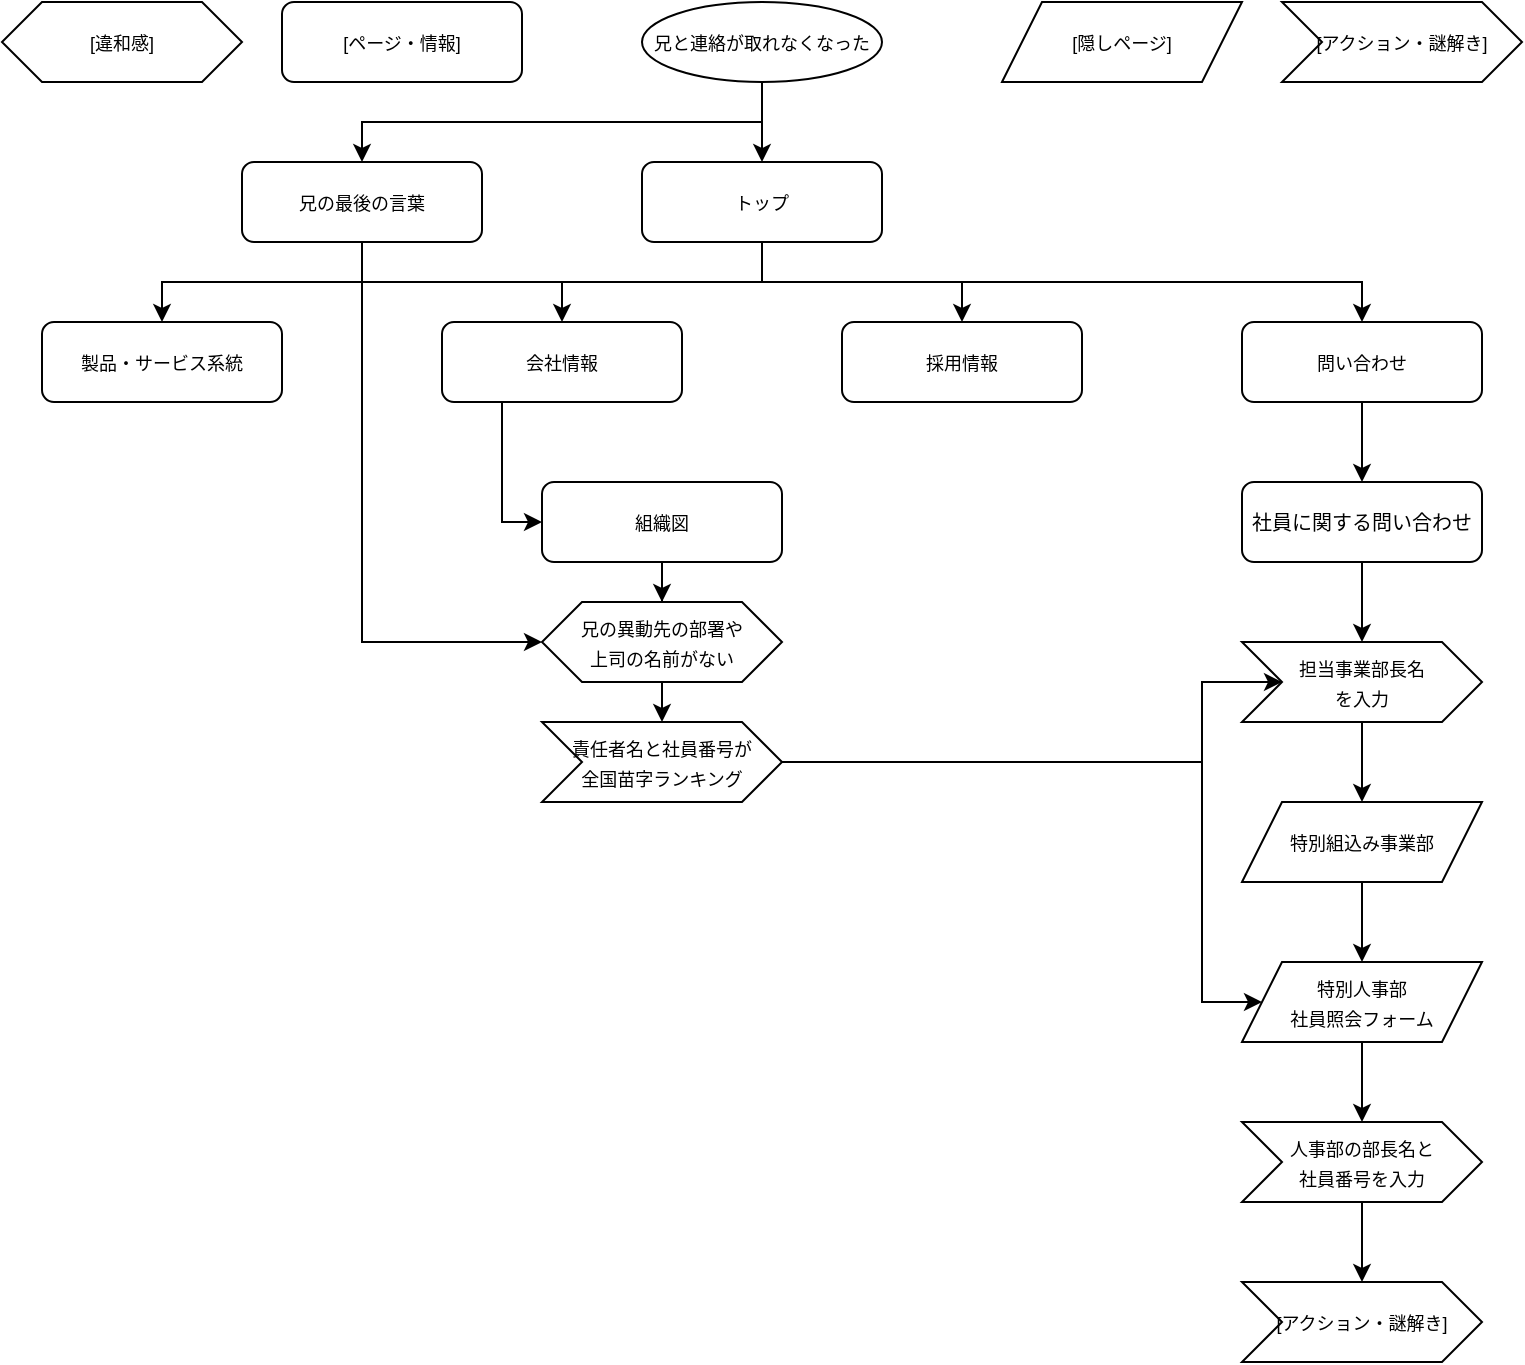
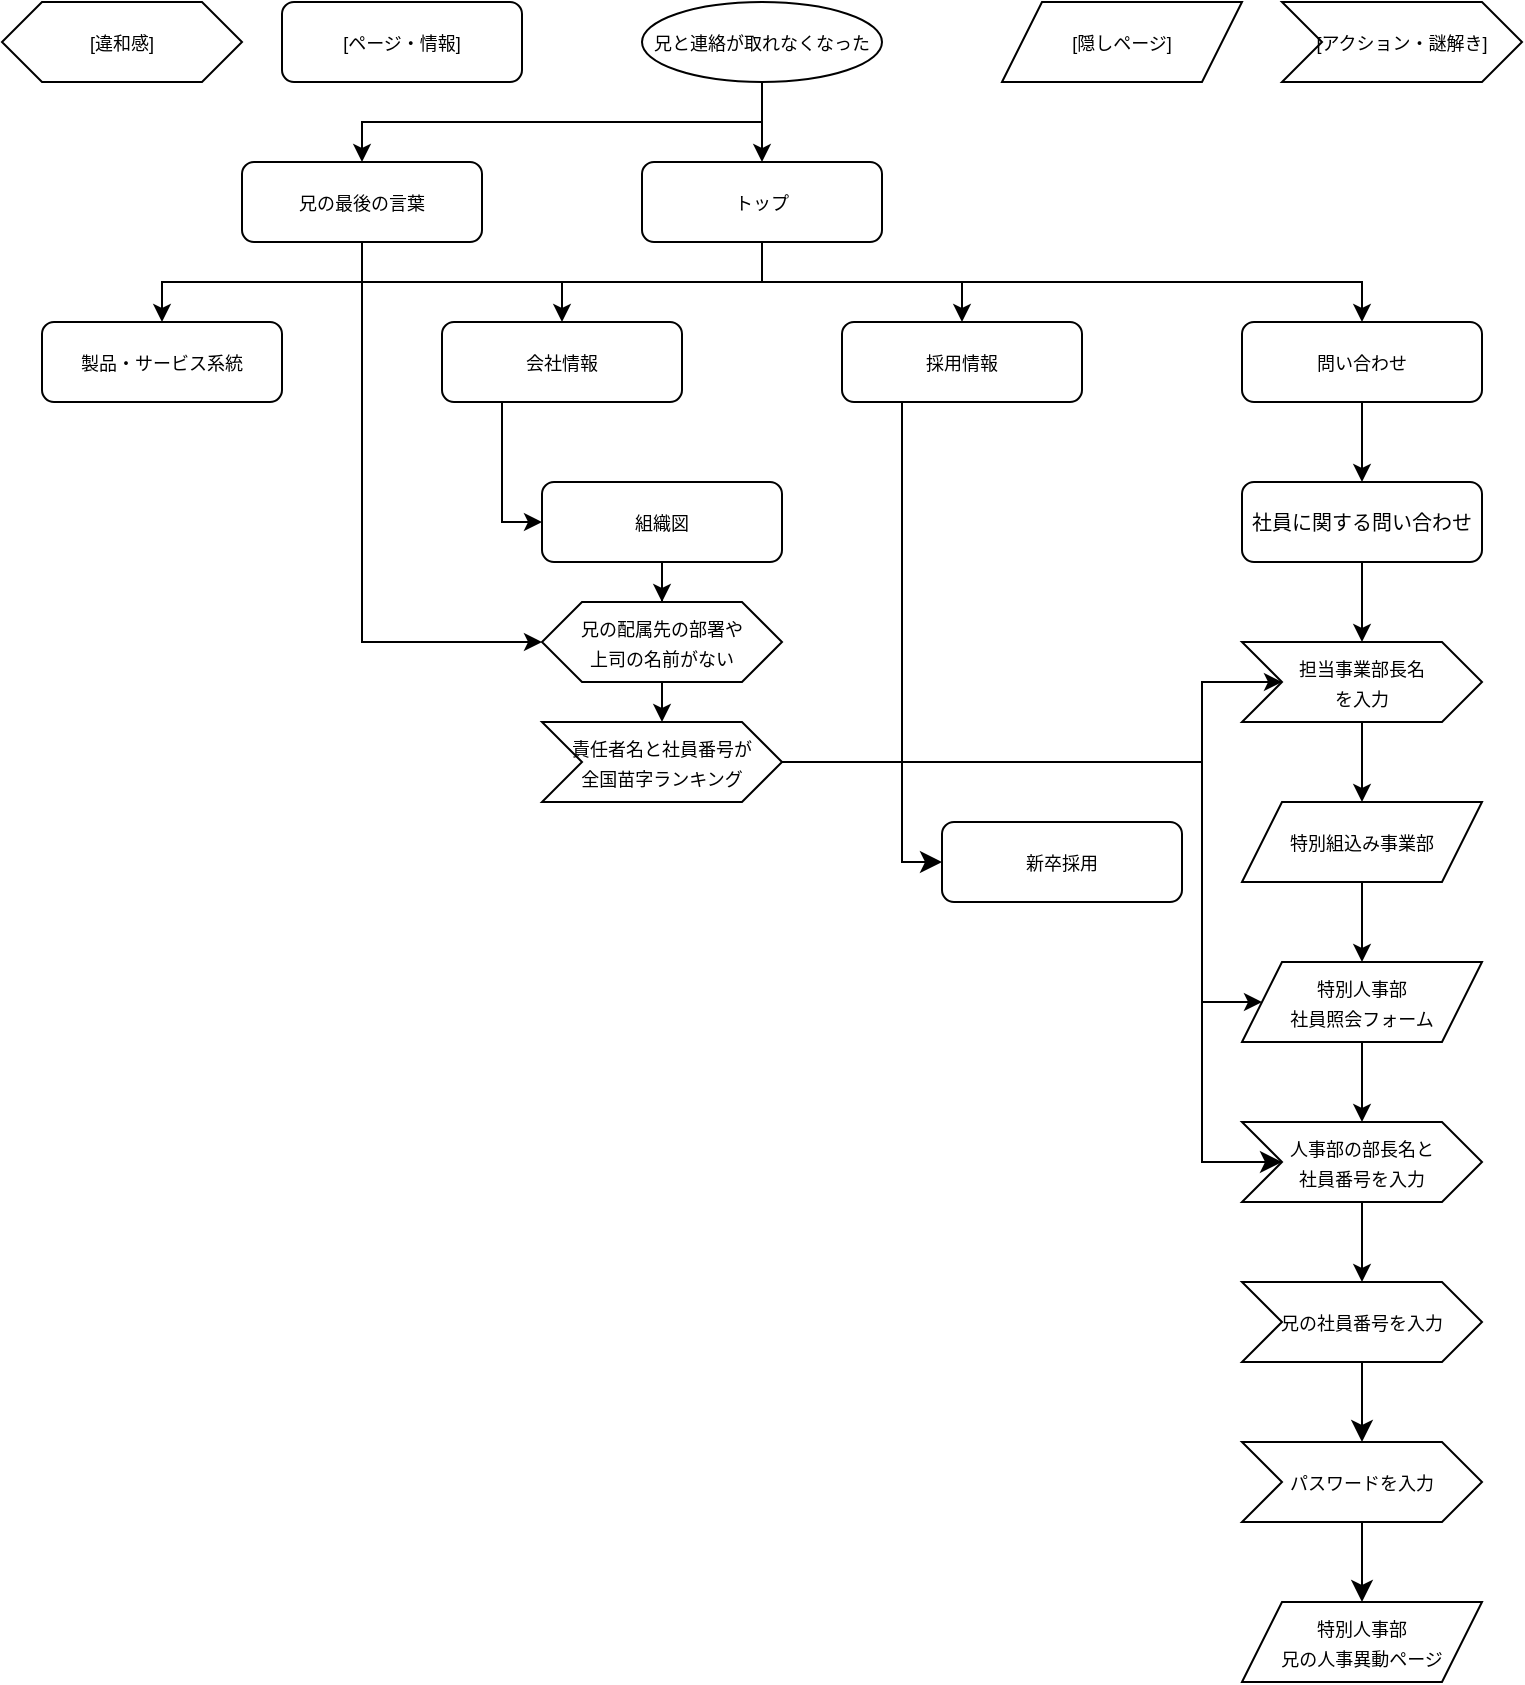
<mxfile host="app.diagrams.net">
  <diagram name="ページ-1" id="SspNnKsi7fuRaBvJYO7E">
-     <mxGraphModel dx="1030" dy="658" grid="1" gridSize="10" guides="1" tooltips="1" connect="1" arrows="1" fold="1" page="1" pageScale="1" pageWidth="800" pageHeight="1169" math="0" shadow="0">
+     <mxGraphModel dx="824" dy="568" grid="1" gridSize="10" guides="1" tooltips="1" connect="1" arrows="1" fold="1" page="1" pageScale="1" pageWidth="800" pageHeight="1169" math="0" shadow="0">
      <root>
        <mxCell id="0" />
        <mxCell id="1" parent="0" />
        <mxCell id="Oz_Tc0_ftmsHe5I9UQDS-19" edge="1" parent="1" source="Oz_Tc0_ftmsHe5I9UQDS-2" style="edgeStyle=orthogonalEdgeStyle;rounded=0;orthogonalLoop=1;jettySize=auto;html=1;exitX=0.5;exitY=1;exitDx=0;exitDy=0;" target="Oz_Tc0_ftmsHe5I9UQDS-18">
          <mxGeometry relative="1" as="geometry" />
        </mxCell>
        <mxCell id="Oz_Tc0_ftmsHe5I9UQDS-51" edge="1" parent="1" source="Oz_Tc0_ftmsHe5I9UQDS-2" style="edgeStyle=orthogonalEdgeStyle;rounded=0;orthogonalLoop=1;jettySize=auto;html=1;exitX=0.5;exitY=1;exitDx=0;exitDy=0;entryX=0.5;entryY=0;entryDx=0;entryDy=0;" target="Oz_Tc0_ftmsHe5I9UQDS-55">
          <mxGeometry relative="1" as="geometry">
            <mxPoint x="260" y="120" as="targetPoint" />
          </mxGeometry>
        </mxCell>
        <mxCell id="Oz_Tc0_ftmsHe5I9UQDS-2" parent="1" style="ellipse;whiteSpace=wrap;html=1;" value="&lt;font style=&quot;font-size: 9px;&quot;&gt;兄と連絡が取れなくなった&lt;/font&gt;" vertex="1">
          <mxGeometry height="40" width="120" x="340" y="40" as="geometry" />
        </mxCell>
        <mxCell id="Oz_Tc0_ftmsHe5I9UQDS-24" edge="1" parent="1" source="Oz_Tc0_ftmsHe5I9UQDS-18" style="edgeStyle=orthogonalEdgeStyle;rounded=0;orthogonalLoop=1;jettySize=auto;html=1;exitX=0.5;exitY=1;exitDx=0;exitDy=0;entryX=0.5;entryY=0;entryDx=0;entryDy=0;" target="Oz_Tc0_ftmsHe5I9UQDS-23">
          <mxGeometry relative="1" as="geometry" />
        </mxCell>
        <mxCell id="Oz_Tc0_ftmsHe5I9UQDS-44" edge="1" parent="1" source="Oz_Tc0_ftmsHe5I9UQDS-18" style="edgeStyle=orthogonalEdgeStyle;rounded=0;orthogonalLoop=1;jettySize=auto;html=1;exitX=0.5;exitY=1;exitDx=0;exitDy=0;entryX=0.5;entryY=0;entryDx=0;entryDy=0;" target="Oz_Tc0_ftmsHe5I9UQDS-41">
          <mxGeometry relative="1" as="geometry" />
        </mxCell>
        <mxCell id="Oz_Tc0_ftmsHe5I9UQDS-45" edge="1" parent="1" source="Oz_Tc0_ftmsHe5I9UQDS-18" style="edgeStyle=orthogonalEdgeStyle;rounded=0;orthogonalLoop=1;jettySize=auto;html=1;exitX=0.5;exitY=1;exitDx=0;exitDy=0;entryX=0.5;entryY=0;entryDx=0;entryDy=0;" target="Oz_Tc0_ftmsHe5I9UQDS-42">
          <mxGeometry relative="1" as="geometry" />
        </mxCell>
        <mxCell id="Oz_Tc0_ftmsHe5I9UQDS-46" edge="1" parent="1" source="Oz_Tc0_ftmsHe5I9UQDS-18" style="edgeStyle=orthogonalEdgeStyle;rounded=0;orthogonalLoop=1;jettySize=auto;html=1;exitX=0.5;exitY=1;exitDx=0;exitDy=0;" target="Oz_Tc0_ftmsHe5I9UQDS-43">
          <mxGeometry relative="1" as="geometry" />
        </mxCell>
        <mxCell id="Oz_Tc0_ftmsHe5I9UQDS-18" parent="1" style="rounded=1;whiteSpace=wrap;html=1;" value="&lt;font style=&quot;font-size: 9px;&quot;&gt;トップ&lt;/font&gt;" vertex="1">
          <mxGeometry height="40" width="120" x="340" y="120" as="geometry" />
        </mxCell>
        <mxCell id="Oz_Tc0_ftmsHe5I9UQDS-37" edge="1" parent="1" source="Oz_Tc0_ftmsHe5I9UQDS-69" style="edgeStyle=orthogonalEdgeStyle;rounded=0;orthogonalLoop=1;jettySize=auto;html=1;exitX=0.5;exitY=1;exitDx=0;exitDy=0;entryX=0.5;entryY=0;entryDx=0;entryDy=0;" target="Oz_Tc0_ftmsHe5I9UQDS-35">
          <mxGeometry relative="1" as="geometry" />
        </mxCell>
        <mxCell id="Oz_Tc0_ftmsHe5I9UQDS-25" edge="1" parent="1" source="Oz_Tc0_ftmsHe5I9UQDS-23" style="edgeStyle=orthogonalEdgeStyle;rounded=0;orthogonalLoop=1;jettySize=auto;html=1;exitX=0.5;exitY=1;exitDx=0;exitDy=0;entryX=0.5;entryY=0;entryDx=0;entryDy=0;" target="Oz_Tc0_ftmsHe5I9UQDS-69">
          <mxGeometry relative="1" as="geometry" />
        </mxCell>
        <mxCell id="Oz_Tc0_ftmsHe5I9UQDS-23" parent="1" style="rounded=1;whiteSpace=wrap;html=1;" value="&lt;font style=&quot;font-size: 9px;&quot;&gt;問い合わせ&lt;/font&gt;" vertex="1">
          <mxGeometry height="40" width="120" x="640" y="200" as="geometry" />
        </mxCell>
        <mxCell id="Oz_Tc0_ftmsHe5I9UQDS-27" parent="1" style="rounded=1;whiteSpace=wrap;html=1;" value="&lt;font style=&quot;font-size: 9px;&quot;&gt;[ページ・情報]&lt;/font&gt;" vertex="1">
          <mxGeometry height="40" width="120" x="160" y="40" as="geometry" />
        </mxCell>
        <mxCell id="Oz_Tc0_ftmsHe5I9UQDS-29" parent="1" style="shape=hexagon;perimeter=hexagonPerimeter2;whiteSpace=wrap;html=1;fixedSize=1;" value="&lt;font style=&quot;font-size: 9px;&quot;&gt;[違和感]&lt;/font&gt;" vertex="1">
          <mxGeometry height="40" width="120" x="20" y="40" as="geometry" />
        </mxCell>
        <mxCell id="Oz_Tc0_ftmsHe5I9UQDS-31" parent="1" style="shape=parallelogram;perimeter=parallelogramPerimeter;whiteSpace=wrap;html=1;fixedSize=1;" value="&lt;font style=&quot;font-size: 9px;&quot;&gt;[隠しページ]&lt;/font&gt;" vertex="1">
          <mxGeometry height="40" width="120" x="520" y="40" as="geometry" />
        </mxCell>
        <mxCell id="Oz_Tc0_ftmsHe5I9UQDS-34" parent="1" style="shape=step;perimeter=stepPerimeter;whiteSpace=wrap;html=1;fixedSize=1;" value="&lt;font style=&quot;font-size: 9px;&quot;&gt;[アクション・謎解き]&lt;/font&gt;" vertex="1">
          <mxGeometry height="40" width="120" x="660" y="40" as="geometry" />
        </mxCell>
        <mxCell id="Oz_Tc0_ftmsHe5I9UQDS-39" edge="1" parent="1" source="Oz_Tc0_ftmsHe5I9UQDS-35" style="edgeStyle=orthogonalEdgeStyle;rounded=0;orthogonalLoop=1;jettySize=auto;html=1;exitX=0.5;exitY=1;exitDx=0;exitDy=0;entryX=0.5;entryY=0;entryDx=0;entryDy=0;" target="Oz_Tc0_ftmsHe5I9UQDS-38">
          <mxGeometry relative="1" as="geometry" />
        </mxCell>
        <mxCell id="Oz_Tc0_ftmsHe5I9UQDS-35" parent="1" style="shape=step;perimeter=stepPerimeter;whiteSpace=wrap;html=1;fixedSize=1;" value="&lt;font style=&quot;font-size: 9px;&quot;&gt;担当事業部長名&lt;/font&gt;&lt;div&gt;&lt;span style=&quot;font-size: 9px; background-color: transparent; color: light-dark(rgb(0, 0, 0), rgb(255, 255, 255));&quot;&gt;を入力&lt;/span&gt;&lt;/div&gt;" vertex="1">
          <mxGeometry height="40" width="120" x="640" y="360" as="geometry" />
        </mxCell>
        <mxCell id="yNmSESkKe9NjBtatHqW6-9" edge="1" parent="1" source="Oz_Tc0_ftmsHe5I9UQDS-38" style="edgeStyle=orthogonalEdgeStyle;rounded=0;orthogonalLoop=1;jettySize=auto;html=1;exitX=0.5;exitY=1;exitDx=0;exitDy=0;" target="yNmSESkKe9NjBtatHqW6-6">
          <mxGeometry relative="1" as="geometry" />
        </mxCell>
        <mxCell id="Oz_Tc0_ftmsHe5I9UQDS-38" parent="1" style="shape=parallelogram;perimeter=parallelogramPerimeter;whiteSpace=wrap;html=1;fixedSize=1;" value="&lt;font style=&quot;font-size: 9px;&quot;&gt;特別組込み事業部&lt;/font&gt;" vertex="1">
          <mxGeometry height="40" width="120" x="640" y="440" as="geometry" />
        </mxCell>
+         <mxCell id="8jVOORBlu2fCqjkz3l5s-9" edge="1" parent="1" source="Oz_Tc0_ftmsHe5I9UQDS-41" style="edgeStyle=none;curved=0;rounded=0;orthogonalLoop=1;jettySize=auto;html=1;exitX=0.25;exitY=1;exitDx=0;exitDy=0;entryX=0;entryY=0.5;entryDx=0;entryDy=0;fontSize=12;startSize=8;endSize=8;" target="8jVOORBlu2fCqjkz3l5s-8">
+           <mxGeometry relative="1" as="geometry">
+             <Array as="points">
+               <mxPoint x="470" y="470" />
+             </Array>
+           </mxGeometry>
+         </mxCell>
        <mxCell id="Oz_Tc0_ftmsHe5I9UQDS-41" parent="1" style="rounded=1;whiteSpace=wrap;html=1;" value="&lt;font style=&quot;font-size: 9px;&quot;&gt;採用情報&lt;/font&gt;" vertex="1">
          <mxGeometry height="40" width="120" x="440" y="200" as="geometry" />
        </mxCell>
        <mxCell id="Oz_Tc0_ftmsHe5I9UQDS-48" edge="1" parent="1" source="Oz_Tc0_ftmsHe5I9UQDS-42" style="edgeStyle=orthogonalEdgeStyle;rounded=0;orthogonalLoop=1;jettySize=auto;html=1;exitX=0.25;exitY=1;exitDx=0;exitDy=0;entryX=0;entryY=0.5;entryDx=0;entryDy=0;" target="Oz_Tc0_ftmsHe5I9UQDS-47">
          <mxGeometry relative="1" as="geometry" />
        </mxCell>
        <mxCell id="Oz_Tc0_ftmsHe5I9UQDS-42" parent="1" style="rounded=1;whiteSpace=wrap;html=1;" value="&lt;font style=&quot;font-size: 9px;&quot;&gt;会社情報&lt;/font&gt;" vertex="1">
          <mxGeometry height="40" width="120" x="240" y="200" as="geometry" />
        </mxCell>
        <mxCell id="Oz_Tc0_ftmsHe5I9UQDS-43" parent="1" style="rounded=1;whiteSpace=wrap;html=1;" value="&lt;font style=&quot;font-size: 9px;&quot;&gt;製品・サービス系統&lt;/font&gt;" vertex="1">
          <mxGeometry height="40" width="120" x="40" y="200" as="geometry" />
        </mxCell>
        <mxCell id="Oz_Tc0_ftmsHe5I9UQDS-62" edge="1" parent="1" source="Oz_Tc0_ftmsHe5I9UQDS-47" style="edgeStyle=orthogonalEdgeStyle;rounded=0;orthogonalLoop=1;jettySize=auto;html=1;exitX=0.5;exitY=1;exitDx=0;exitDy=0;" target="Oz_Tc0_ftmsHe5I9UQDS-49">
          <mxGeometry relative="1" as="geometry" />
        </mxCell>
        <mxCell id="Oz_Tc0_ftmsHe5I9UQDS-47" parent="1" style="rounded=1;whiteSpace=wrap;html=1;" value="&lt;font style=&quot;font-size: 9px;&quot;&gt;組織図&lt;/font&gt;" vertex="1">
          <mxGeometry height="40" width="120" x="290" y="280" as="geometry" />
        </mxCell>
        <mxCell id="Oz_Tc0_ftmsHe5I9UQDS-64" edge="1" parent="1" source="Oz_Tc0_ftmsHe5I9UQDS-49" style="edgeStyle=orthogonalEdgeStyle;rounded=0;orthogonalLoop=1;jettySize=auto;html=1;exitX=0.5;exitY=1;exitDx=0;exitDy=0;entryX=0.5;entryY=0;entryDx=0;entryDy=0;" target="Oz_Tc0_ftmsHe5I9UQDS-63">
          <mxGeometry relative="1" as="geometry" />
        </mxCell>
-         <mxCell id="Oz_Tc0_ftmsHe5I9UQDS-49" parent="1" style="shape=hexagon;perimeter=hexagonPerimeter2;whiteSpace=wrap;html=1;fixedSize=1;" value="&lt;font style=&quot;font-size: 9px;&quot;&gt;兄の異動先の&lt;/font&gt;&lt;font style=&quot;background-color: transparent; color: light-dark(rgb(0, 0, 0), rgb(255, 255, 255)); font-size: 9px;&quot;&gt;部署や&lt;/font&gt;&lt;div&gt;&lt;font style=&quot;background-color: transparent; color: light-dark(rgb(0, 0, 0), rgb(255, 255, 255)); font-size: 9px;&quot;&gt;上司の&lt;/font&gt;&lt;span style=&quot;background-color: transparent; color: light-dark(rgb(0, 0, 0), rgb(255, 255, 255)); font-size: 9px;&quot;&gt;名前がない&lt;/span&gt;&lt;/div&gt;" vertex="1">
+         <mxCell id="Oz_Tc0_ftmsHe5I9UQDS-49" parent="1" style="shape=hexagon;perimeter=hexagonPerimeter2;whiteSpace=wrap;html=1;fixedSize=1;" value="&lt;font style=&quot;font-size: 9px;&quot;&gt;兄の配属先の&lt;/font&gt;&lt;font style=&quot;background-color: transparent; color: light-dark(rgb(0, 0, 0), rgb(255, 255, 255)); font-size: 9px;&quot;&gt;部署や&lt;/font&gt;&lt;div&gt;&lt;font style=&quot;background-color: transparent; color: light-dark(rgb(0, 0, 0), rgb(255, 255, 255)); font-size: 9px;&quot;&gt;上司の&lt;/font&gt;&lt;span style=&quot;background-color: transparent; color: light-dark(rgb(0, 0, 0), rgb(255, 255, 255)); font-size: 9px;&quot;&gt;名前がない&lt;/span&gt;&lt;/div&gt;" vertex="1">
          <mxGeometry height="40" width="120" x="290" y="340" as="geometry" />
        </mxCell>
        <mxCell id="Oz_Tc0_ftmsHe5I9UQDS-57" edge="1" parent="1" source="Oz_Tc0_ftmsHe5I9UQDS-55" style="edgeStyle=orthogonalEdgeStyle;rounded=0;orthogonalLoop=1;jettySize=auto;html=1;exitX=0.5;exitY=1;exitDx=0;exitDy=0;entryX=0;entryY=0.5;entryDx=0;entryDy=0;" target="Oz_Tc0_ftmsHe5I9UQDS-49">
          <mxGeometry relative="1" as="geometry" />
        </mxCell>
        <mxCell id="Oz_Tc0_ftmsHe5I9UQDS-55" parent="1" style="rounded=1;whiteSpace=wrap;html=1;" value="&lt;font style=&quot;font-size: 9px;&quot;&gt;兄の最後の言葉&lt;/font&gt;" vertex="1">
          <mxGeometry height="40" width="120" x="140" y="120" as="geometry" />
        </mxCell>
        <mxCell id="Oz_Tc0_ftmsHe5I9UQDS-65" edge="1" parent="1" source="Oz_Tc0_ftmsHe5I9UQDS-63" style="edgeStyle=orthogonalEdgeStyle;rounded=0;orthogonalLoop=1;jettySize=auto;html=1;exitX=1;exitY=0.5;exitDx=0;exitDy=0;entryX=0;entryY=0.5;entryDx=0;entryDy=0;" target="Oz_Tc0_ftmsHe5I9UQDS-35">
          <mxGeometry relative="1" as="geometry">
            <Array as="points">
              <mxPoint x="620" y="420" />
              <mxPoint x="620" y="380" />
            </Array>
          </mxGeometry>
        </mxCell>
        <mxCell id="yNmSESkKe9NjBtatHqW6-3" edge="1" parent="1" source="Oz_Tc0_ftmsHe5I9UQDS-63" style="edgeStyle=orthogonalEdgeStyle;rounded=0;orthogonalLoop=1;jettySize=auto;html=1;exitX=1;exitY=0.5;exitDx=0;exitDy=0;entryX=0;entryY=0.5;entryDx=0;entryDy=0;" target="yNmSESkKe9NjBtatHqW6-6">
          <mxGeometry relative="1" as="geometry">
            <Array as="points">
              <mxPoint x="620" y="420" />
              <mxPoint x="620" y="540" />
            </Array>
            <mxPoint x="660" y="540" as="targetPoint" />
          </mxGeometry>
        </mxCell>
+         <mxCell id="8jVOORBlu2fCqjkz3l5s-7" edge="1" parent="1" source="Oz_Tc0_ftmsHe5I9UQDS-63" style="edgeStyle=none;curved=0;rounded=0;orthogonalLoop=1;jettySize=auto;html=1;exitX=1;exitY=0.5;exitDx=0;exitDy=0;entryX=0;entryY=0.5;entryDx=0;entryDy=0;fontSize=12;startSize=8;endSize=8;strokeColor=default;" target="yNmSESkKe9NjBtatHqW6-10">
+           <mxGeometry relative="1" as="geometry">
+             <Array as="points">
+               <mxPoint x="620" y="420" />
+               <mxPoint x="620" y="620" />
+             </Array>
+           </mxGeometry>
+         </mxCell>
        <mxCell id="Oz_Tc0_ftmsHe5I9UQDS-63" parent="1" style="shape=step;perimeter=stepPerimeter;whiteSpace=wrap;html=1;fixedSize=1;" value="&lt;font style=&quot;font-size: 9px;&quot;&gt;責任者名と社員番号が&lt;/font&gt;&lt;div&gt;&lt;div&gt;&lt;font style=&quot;font-size: 9px;&quot;&gt;全国苗字ランキング&lt;/font&gt;&lt;/div&gt;&lt;/div&gt;" vertex="1">
          <mxGeometry height="40" width="120" x="290" y="400" as="geometry" />
        </mxCell>
        <mxCell id="Oz_Tc0_ftmsHe5I9UQDS-69" parent="1" style="rounded=1;whiteSpace=wrap;html=1;" value="&lt;font size=&quot;1&quot;&gt;社員に関する問い合わせ&lt;/font&gt;" vertex="1">
          <mxGeometry height="40" width="120" x="640" y="280" as="geometry" />
        </mxCell>
        <mxCell id="yNmSESkKe9NjBtatHqW6-11" edge="1" parent="1" source="yNmSESkKe9NjBtatHqW6-6" style="edgeStyle=orthogonalEdgeStyle;rounded=0;orthogonalLoop=1;jettySize=auto;html=1;exitX=0.5;exitY=1;exitDx=0;exitDy=0;entryX=0.5;entryY=0;entryDx=0;entryDy=0;" target="yNmSESkKe9NjBtatHqW6-10">
          <mxGeometry relative="1" as="geometry" />
        </mxCell>
        <mxCell id="yNmSESkKe9NjBtatHqW6-6" parent="1" style="shape=parallelogram;perimeter=parallelogramPerimeter;whiteSpace=wrap;html=1;fixedSize=1;" value="&lt;font style=&quot;font-size: 9px;&quot;&gt;特別人事部&lt;/font&gt;&lt;div&gt;&lt;font style=&quot;font-size: 9px;&quot;&gt;社員照会フォーム&lt;/font&gt;&lt;/div&gt;" vertex="1">
          <mxGeometry height="40" width="120" x="640" y="520" as="geometry" />
        </mxCell>
        <mxCell id="yNmSESkKe9NjBtatHqW6-13" edge="1" parent="1" source="yNmSESkKe9NjBtatHqW6-10" style="edgeStyle=orthogonalEdgeStyle;rounded=0;orthogonalLoop=1;jettySize=auto;html=1;exitX=0.5;exitY=1;exitDx=0;exitDy=0;entryX=0.5;entryY=0;entryDx=0;entryDy=0;" target="yNmSESkKe9NjBtatHqW6-12">
          <mxGeometry relative="1" as="geometry" />
        </mxCell>
        <mxCell id="yNmSESkKe9NjBtatHqW6-10" parent="1" style="shape=step;perimeter=stepPerimeter;whiteSpace=wrap;html=1;fixedSize=1;" value="&lt;font style=&quot;font-size: 9px;&quot;&gt;人事部の部長名と&lt;/font&gt;&lt;div&gt;&lt;font style=&quot;font-size: 9px;&quot;&gt;社員番号を入力&lt;/font&gt;&lt;/div&gt;" vertex="1">
          <mxGeometry height="40" width="120" x="640" y="600" as="geometry" />
        </mxCell>
-         <mxCell id="yNmSESkKe9NjBtatHqW6-12" parent="1" style="shape=step;perimeter=stepPerimeter;whiteSpace=wrap;html=1;fixedSize=1;" value="&lt;font style=&quot;font-size: 9px;&quot;&gt;[アクション・謎解き]&lt;/font&gt;" vertex="1">
+         <mxCell id="8jVOORBlu2fCqjkz3l5s-2" edge="1" parent="1" source="yNmSESkKe9NjBtatHqW6-12" style="edgeStyle=none;curved=1;rounded=0;orthogonalLoop=1;jettySize=auto;html=1;exitX=0.5;exitY=1;exitDx=0;exitDy=0;entryX=0.5;entryY=0;entryDx=0;entryDy=0;fontSize=12;startSize=8;endSize=8;" target="8jVOORBlu2fCqjkz3l5s-1">
+           <mxGeometry relative="1" as="geometry" />
+         </mxCell>
+         <mxCell id="yNmSESkKe9NjBtatHqW6-12" parent="1" style="shape=step;perimeter=stepPerimeter;whiteSpace=wrap;html=1;fixedSize=1;" value="&lt;font style=&quot;font-size: 9px;&quot;&gt;兄の社員番号を入力&lt;/font&gt;" vertex="1">
          <mxGeometry height="40" width="120" x="640" y="680" as="geometry" />
+         </mxCell>
+         <mxCell id="8jVOORBlu2fCqjkz3l5s-4" edge="1" parent="1" source="8jVOORBlu2fCqjkz3l5s-1" style="edgeStyle=none;curved=1;rounded=0;orthogonalLoop=1;jettySize=auto;html=1;exitX=0.5;exitY=1;exitDx=0;exitDy=0;entryX=0.5;entryY=0;entryDx=0;entryDy=0;fontSize=12;startSize=8;endSize=8;" target="8jVOORBlu2fCqjkz3l5s-3">
+           <mxGeometry relative="1" as="geometry" />
+         </mxCell>
+         <mxCell id="8jVOORBlu2fCqjkz3l5s-1" parent="1" style="shape=step;perimeter=stepPerimeter;whiteSpace=wrap;html=1;fixedSize=1;" value="&lt;font style=&quot;font-size: 9px;&quot;&gt;パスワードを入力&lt;/font&gt;" vertex="1">
+           <mxGeometry height="40" width="120" x="640" y="760" as="geometry" />
+         </mxCell>
+         <mxCell id="8jVOORBlu2fCqjkz3l5s-3" parent="1" style="shape=parallelogram;perimeter=parallelogramPerimeter;whiteSpace=wrap;html=1;fixedSize=1;" value="&lt;font style=&quot;font-size: 9px;&quot;&gt;特別人事部&lt;/font&gt;&lt;div&gt;&lt;font style=&quot;font-size: 9px;&quot;&gt;兄の人事異動ページ&lt;/font&gt;&lt;/div&gt;" vertex="1">
+           <mxGeometry height="40" width="120" x="640" y="840" as="geometry" />
+         </mxCell>
+         <mxCell id="8jVOORBlu2fCqjkz3l5s-8" parent="1" style="rounded=1;whiteSpace=wrap;html=1;" value="&lt;font style=&quot;font-size: 9px;&quot;&gt;新卒採用&lt;/font&gt;" vertex="1">
+           <mxGeometry height="40" width="120" x="490" y="450" as="geometry" />
        </mxCell>
      </root>
    </mxGraphModel>
  </diagram>
</mxfile>
